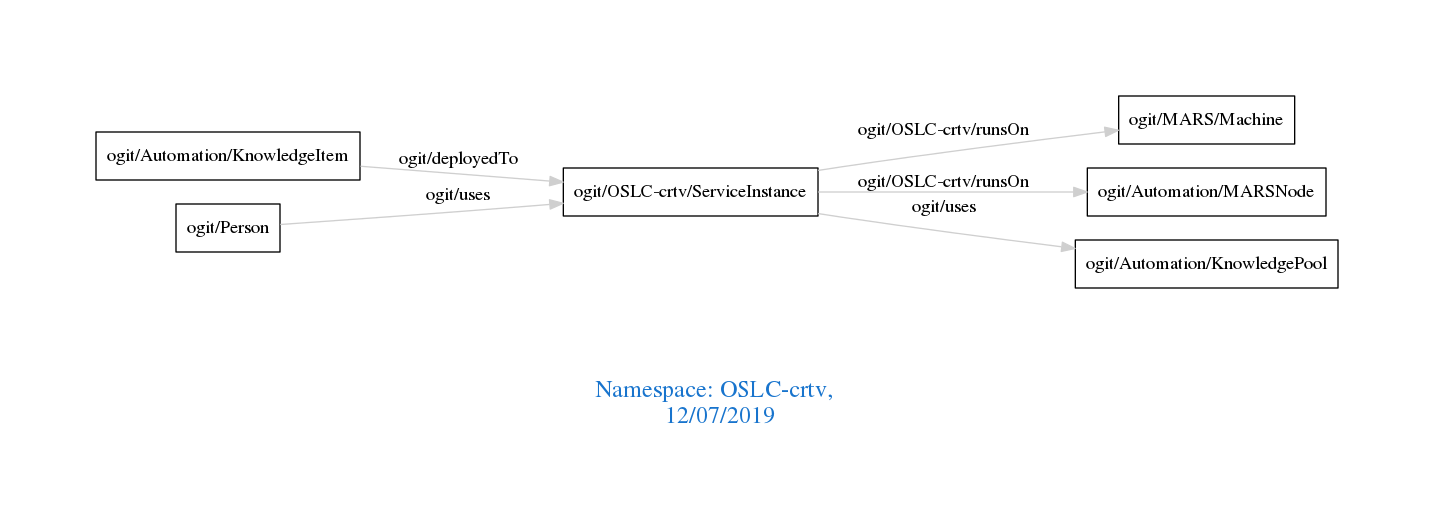
This is downloads/OSLC-crtv.png from arago/OGIT, a Graphviz export, as it was before one commit. Its source is kept beside it as downloads/OSLC-crtv.dot.
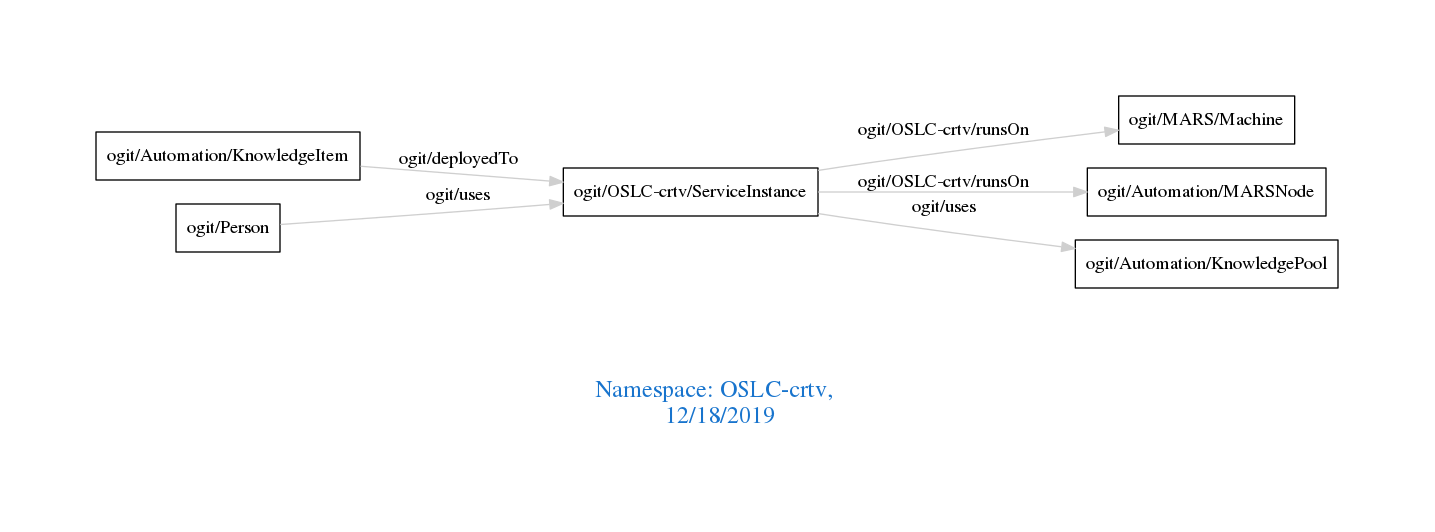
After the change.

Change to the diagram source:
```diff
@@ -1,7 +1,7 @@
 digraph OGIT_ontology {
  graph [ rankdir= LR,pad=1
 fontsize = 18,
-fontcolor= dodgerblue3,label = "\n\n\nNamespace: OSLC-crtv, \n 12/07/2019"];
+fontcolor= dodgerblue3,label = "\n\n\nNamespace: OSLC-crtv, \n 12/18/2019"];
 node[shape=polygon];
 edge [  color="gray81"];
 
```
